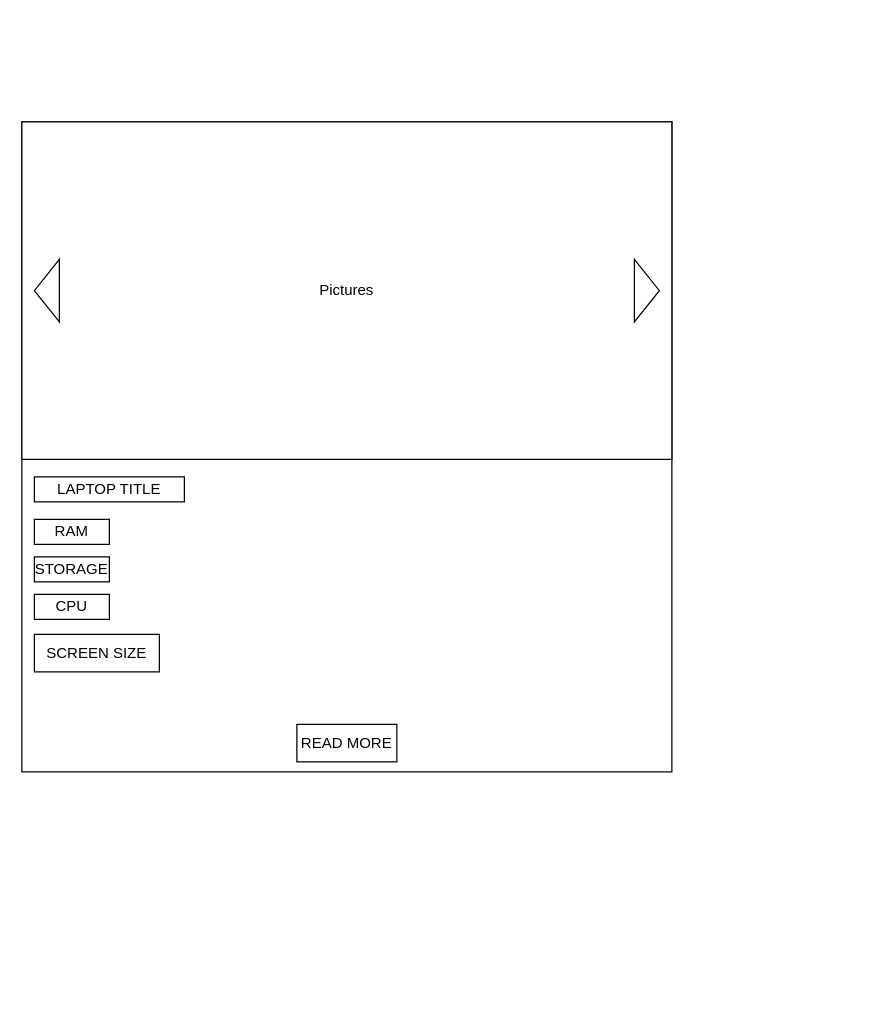
Before: src/Product-Designs/Storedesign.dio in kevin-magu/buy-laptops, a draw.io diagram. Source tidied: cells renumbered, new cells numbered last; positions are measured from the earlier drawing's top-left corner, leaving out a move shared by most shapes. Both pictures are drawn from the tidied source at 125%, with x=0, y=0 at pixel (21, 121).
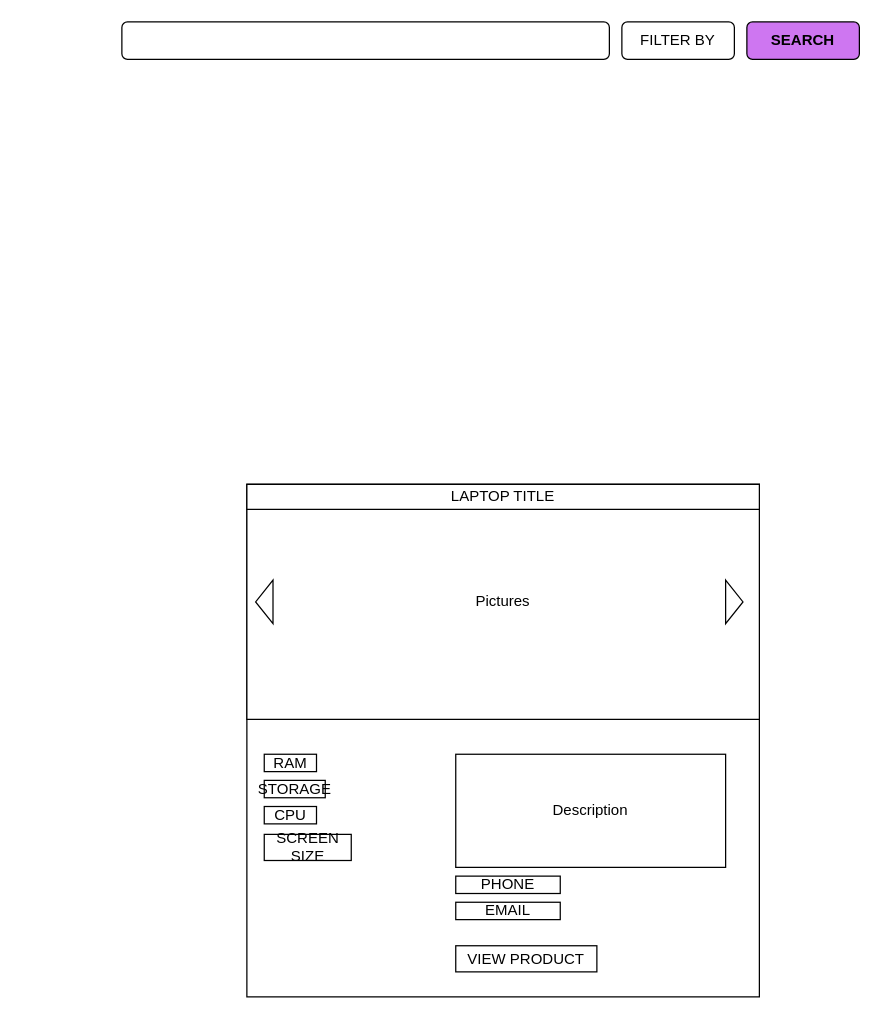
After the change.

Change to the diagram source:
```diff
@@
+    <mxCell id="13" style="group;" parent="1" vertex="1">
+      <mxGeometry x="180" y="290" width="410" height="410" as="geometry" />
+    </mxCell>
-    <mxCell id="2" style="whiteSpace=wrap;html=1;" parent="1" vertex="1">
-      <mxGeometry width="520" height="520" as="geometry" />
+    <mxCell id="2" style="whiteSpace=wrap;html=1;" parent="13" vertex="1">
+      <mxGeometry width="410" height="410" as="geometry" />
     </mxCell>
-    <mxCell id="3" style="edgeStyle=none;html=1;" parent="1" edge="1" source="4" target="2">
+    <mxCell id="3" style="edgeStyle=none;html=1;" parent="13" edge="1" source="4" target="2">
       <mxGeometry relative="1" as="geometry" />
     </mxCell>
-    <mxCell id="4" value="Pictures" style="rounded=0;whiteSpace=wrap;html=1;" parent="1" vertex="1">
-      <mxGeometry width="520" height="270" as="geometry" />
+    <mxCell id="4" value="Pictures" style="rounded=0;whiteSpace=wrap;html=1;" parent="13" vertex="1">
+      <mxGeometry width="410" height="188" as="geometry" />
     </mxCell>
-    <mxCell id="5" style="triangle;whiteSpace=wrap;html=1;" parent="1" vertex="1">
-      <mxGeometry x="490" y="110" width="20" height="50" as="geometry" />
+    <mxCell id="5" style="triangle;whiteSpace=wrap;html=1;" parent="13" vertex="1">
+      <mxGeometry x="383" y="76.6" width="13.9" height="34.8" as="geometry" />
     </mxCell>
-    <mxCell id="6" style="triangle;whiteSpace=wrap;html=1;rotation=-180;" parent="1" vertex="1">
-      <mxGeometry x="10" y="110" width="20" height="50" as="geometry" />
+    <mxCell id="6" style="triangle;whiteSpace=wrap;html=1;rotation=-180;" parent="13" vertex="1">
+      <mxGeometry x="7" y="76.6" width="13.9" height="34.8" as="geometry" />
     </mxCell>
-    <mxCell id="7" value="RAM" style="rounded=0;whiteSpace=wrap;html=1;" parent="1" vertex="1">
-      <mxGeometry x="10" y="318" width="60" height="20" as="geometry" />
+    <mxCell id="7" value="RAM" style="rounded=0;whiteSpace=wrap;html=1;" parent="13" vertex="1">
+      <mxGeometry x="13.9" y="215.9" width="41.8" height="13.9" as="geometry" />
     </mxCell>
-    <mxCell id="8" value="STORAGE" style="rounded=0;whiteSpace=wrap;html=1;" parent="1" vertex="1">
-      <mxGeometry x="10" y="348" width="60" height="20" as="geometry" />
+    <mxCell id="8" value="STORAGE" style="rounded=0;whiteSpace=wrap;html=1;" parent="13" vertex="1">
+      <mxGeometry x="13.9" y="236.8" width="48.8" height="13.9" as="geometry" />
     </mxCell>
-    <mxCell id="9" value="CPU" style="rounded=0;whiteSpace=wrap;html=1;" parent="1" vertex="1">
-      <mxGeometry x="10" y="378" width="60" height="20" as="geometry" />
+    <mxCell id="9" value="CPU" style="rounded=0;whiteSpace=wrap;html=1;" parent="13" vertex="1">
+      <mxGeometry x="13.9" y="257.7" width="41.8" height="13.9" as="geometry" />
     </mxCell>
+    <mxCell id="14" style="edgeStyle=none;html=1;exitX=0.5;exitY=1;exitDx=0;exitDy=0;fontColor=#000000;" parent="13" edge="1" source="10" target="4">
+      <mxGeometry relative="1" as="geometry" />
+    </mxCell>
-    <mxCell id="10" value="LAPTOP TITLE" style="rounded=0;whiteSpace=wrap;html=1;" parent="1" vertex="1">
-      <mxGeometry x="10" y="284" width="120" height="20" as="geometry" />
+    <mxCell id="10" value="LAPTOP TITLE" style="rounded=0;whiteSpace=wrap;html=1;" parent="13" vertex="1">
+      <mxGeometry width="410" height="20" as="geometry" />
     </mxCell>
-    <mxCell id="11" value="SCREEN SIZE" style="rounded=0;whiteSpace=wrap;html=1;" parent="1" vertex="1">
-      <mxGeometry x="10" y="410" width="100" height="30" as="geometry" />
+    <mxCell id="11" value="SCREEN SIZE" style="rounded=0;whiteSpace=wrap;html=1;" parent="13" vertex="1">
+      <mxGeometry x="13.9" y="280" width="69.6" height="20.9" as="geometry" />
     </mxCell>
-    <mxCell id="12" value="READ MORE" style="rounded=0;whiteSpace=wrap;html=1;" parent="1" vertex="1">
-      <mxGeometry x="220" y="482" width="80" height="30" as="geometry" />
-    </mxCell>
+    <mxCell id="15" value="Description" style="rounded=0;whiteSpace=wrap;html=1;" parent="13" vertex="1">
+      <mxGeometry x="167.1" y="215.9" width="215.9" height="90.5" as="geometry" />
+    </mxCell>
+    <mxCell id="16" value="PHONE" style="rounded=0;whiteSpace=wrap;html=1;" parent="13" vertex="1">
+      <mxGeometry x="167.1" y="313.4" width="83.6" height="13.9" as="geometry" />
+    </mxCell>
+    <mxCell id="17" value="EMAIL" style="rounded=0;whiteSpace=wrap;html=1;" parent="13" vertex="1">
+      <mxGeometry x="167.1" y="334.3" width="83.6" height="13.9" as="geometry" />
+    </mxCell>
+    <mxCell id="18" value="VIEW PRODUCT" style="rounded=0;whiteSpace=wrap;html=1;" parent="13" vertex="1">
+      <mxGeometry x="167.1" y="369.1" width="112.9" height="20.9" as="geometry" />
+    </mxCell>
+    <mxCell id="19" style="group;" parent="1" vertex="1">
+      <mxGeometry x="80" y="-80" width="590" height="30" as="geometry" />
+    </mxCell>
+    <mxCell id="20" style="rounded=1;whiteSpace=wrap;html=1;" parent="19" vertex="1">
+      <mxGeometry width="390" height="30" as="geometry" />
+    </mxCell>
+    <mxCell id="21" value="FILTER BY" style="rounded=1;whiteSpace=wrap;html=1;" parent="19" vertex="1">
+      <mxGeometry x="400" width="90" height="30" as="geometry" />
+    </mxCell>
+    <mxCell id="22" value="SEARCH" style="rounded=1;whiteSpace=wrap;html=1;fillColor=#CE76F1;fontColor=#000000;fontStyle=1;" parent="19" vertex="1">
+      <mxGeometry x="500" width="90" height="30" as="geometry" />
+    </mxCell>
```
